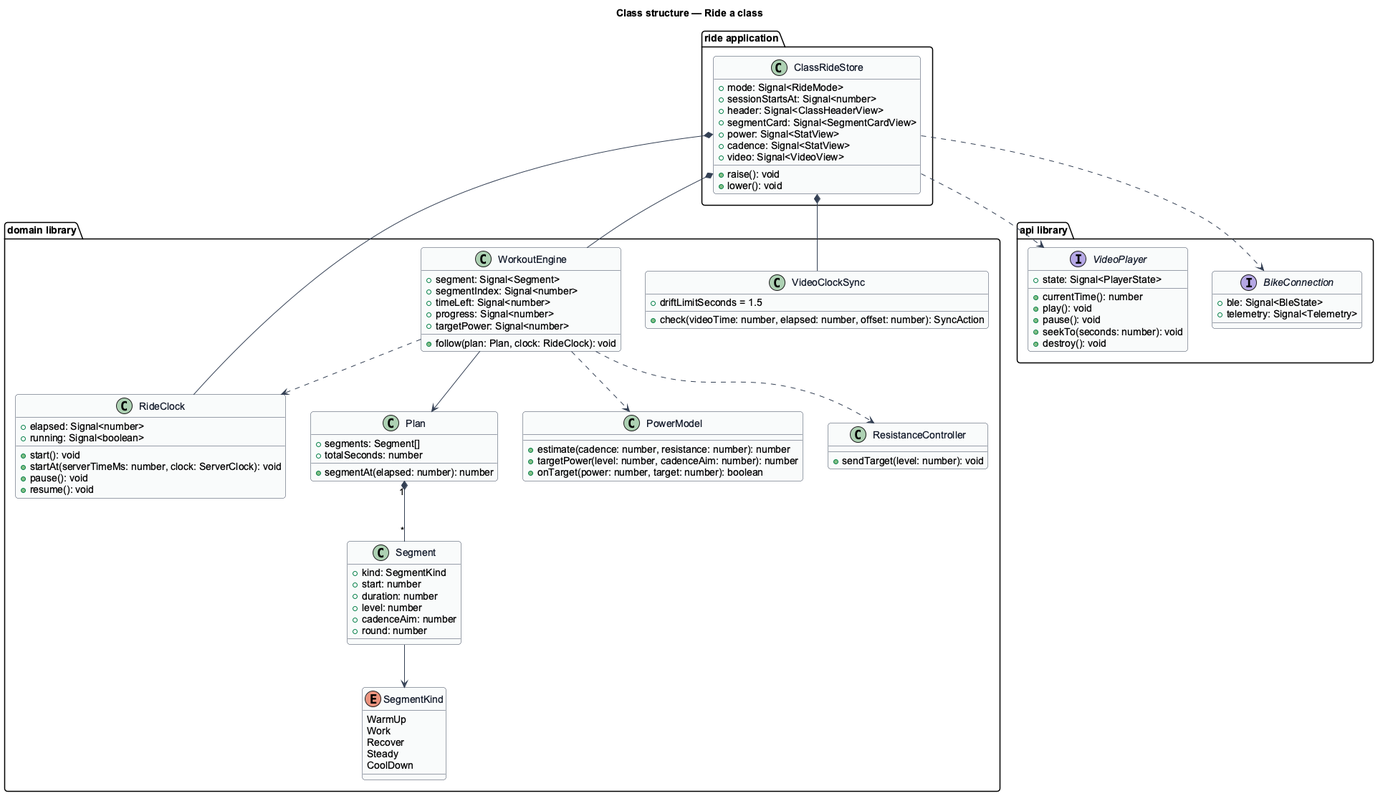
Before: docs/detailed-designs/classes/ride-a-class/diagrams/class-structure.png, a diagram exported from PlantUML (QuinntyneBrown/ride-one). The source it was exported from:
```plantuml
@startuml
skinparam backgroundColor #FFFFFF
skinparam shadowing false
skinparam roundcorner 8
skinparam defaultFontName Arial
skinparam ArrowColor #344054
skinparam class {
  BorderColor #344054
  FontColor #101828
  BackgroundColor #F9FAFB
}
title Class structure — Ride a class

package "domain library" {
  class RideClock {
    +elapsed: Signal<number>
    +running: Signal<boolean>
    +start(): void
    +startAt(serverTimeMs: number, clock: ServerClock): void
    +pause(): void
    +resume(): void
  }
  class WorkoutEngine {
    +segment: Signal<Segment>
    +segmentIndex: Signal<number>
    +timeLeft: Signal<number>
    +progress: Signal<number>
    +targetPower: Signal<number>
    +follow(plan: Plan, clock: RideClock): void
  }
  class Plan {
    +segments: Segment[]
    +totalSeconds: number
    +segmentAt(elapsed: number): number
  }
  class Segment {
    +kind: SegmentKind
    +start: number
    +duration: number
    +level: number
    +cadenceAim: number
    +round: number
  }
  enum SegmentKind {
    WarmUp
    Work
    Recover
    Steady
    CoolDown
  }
  class PowerModel {
    +estimate(cadence: number, resistance: number): number
    +targetPower(level: number, cadenceAim: number): number
    +onTarget(power: number, target: number): boolean
  }
  class VideoClockSync {
    +driftLimitSeconds = 1.5
    +check(videoTime: number, elapsed: number, offset: number): SyncAction
  }
  class ResistanceController {
    +sendTarget(level: number): void
  }
}
package "api library" {
  interface VideoPlayer {
    +state: Signal<PlayerState>
    +currentTime(): number
    +play(): void
    +pause(): void
    +seekTo(seconds: number): void
    +destroy(): void
  }
  interface BikeConnection {
    +ble: Signal<BleState>
    +telemetry: Signal<Telemetry>
  }
}
package "ride application" {
  class ClassRideStore {
    +mode: Signal<RideMode>
    +sessionStartsAt: Signal<number>
    +header: Signal<ClassHeaderView>
    +segmentCard: Signal<SegmentCardView>
    +power: Signal<StatView>
    +cadence: Signal<StatView>
    +video: Signal<VideoView>
    +raise(): void
    +lower(): void
  }
}
ClassRideStore *-- WorkoutEngine
ClassRideStore *-- RideClock
ClassRideStore *-- VideoClockSync
ClassRideStore ..> VideoPlayer
ClassRideStore ..> BikeConnection
WorkoutEngine --> Plan
WorkoutEngine ..> RideClock
WorkoutEngine ..> PowerModel
WorkoutEngine ..> ResistanceController
Plan "1" *-- "*" Segment
Segment --> SegmentKind
@enduml
```
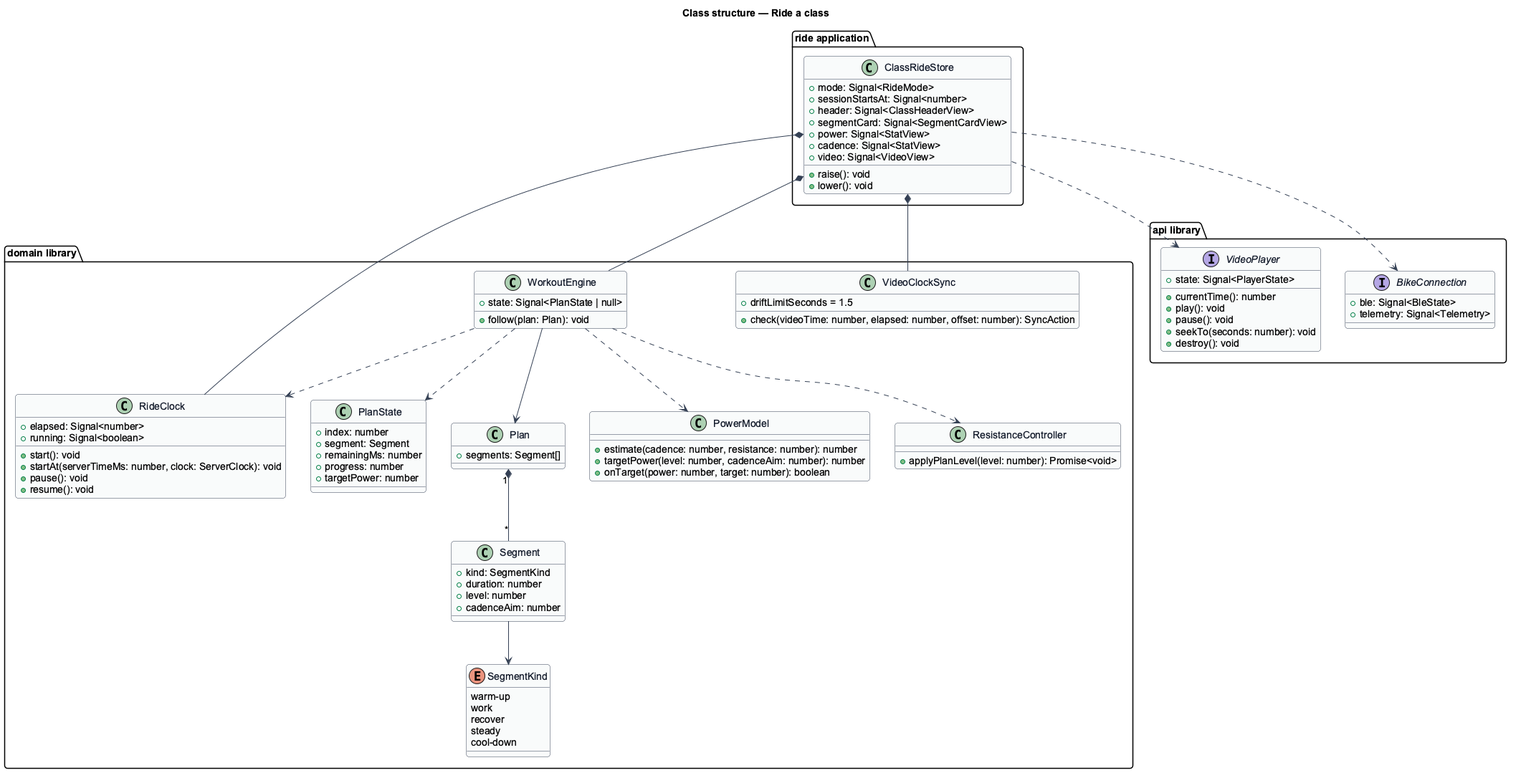
Later version of the same file.

The edit, as a diff of the source:
```diff
@@ -21,32 +21,31 @@
     +resume(): void
   }
   class WorkoutEngine {
-    +segment: Signal<Segment>
-    +segmentIndex: Signal<number>
-    +timeLeft: Signal<number>
-    +progress: Signal<number>
-    +targetPower: Signal<number>
-    +follow(plan: Plan, clock: RideClock): void
+    +state: Signal<PlanState | null>
+    +follow(plan: Plan): void
+  }
+  class PlanState {
+    +index: number
+    +segment: Segment
+    +remainingMs: number
+    +progress: number
+    +targetPower: number
   }
   class Plan {
     +segments: Segment[]
-    +totalSeconds: number
-    +segmentAt(elapsed: number): number
   }
   class Segment {
     +kind: SegmentKind
-    +start: number
     +duration: number
     +level: number
     +cadenceAim: number
-    +round: number
   }
   enum SegmentKind {
-    WarmUp
-    Work
-    Recover
-    Steady
-    CoolDown
+    warm-up
+    work
+    recover
+    steady
+    cool-down
   }
   class PowerModel {
     +estimate(cadence: number, resistance: number): number
@@ -58,7 +57,7 @@
     +check(videoTime: number, elapsed: number, offset: number): SyncAction
   }
   class ResistanceController {
-    +sendTarget(level: number): void
+    +applyPlanLevel(level: number): Promise<void>
   }
 }
 package "api library" {
@@ -94,6 +93,7 @@
 ClassRideStore ..> VideoPlayer
 ClassRideStore ..> BikeConnection
 WorkoutEngine --> Plan
+WorkoutEngine ..> PlanState
 WorkoutEngine ..> RideClock
 WorkoutEngine ..> PowerModel
 WorkoutEngine ..> ResistanceController
```
